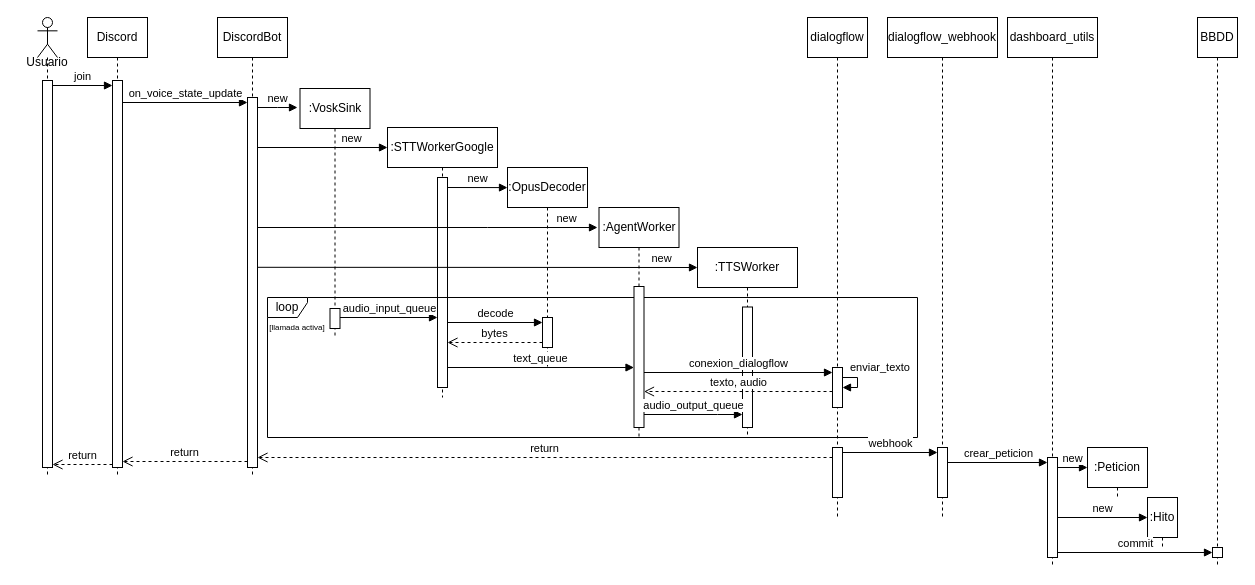
The draw.io diagram page "Secuencia Llamada" (6 of 15) of documents/img/diagramas/TFG.drawio in humaral/tfg, before the edit. Source tidied: cells renumbered, new cells numbered last; positions are measured from the earlier drawing's top-left corner, leaving out a move shared by most shapes. Both pictures are drawn from the tidied source at 100%, with x=0, y=0 at pixel (17, 17).
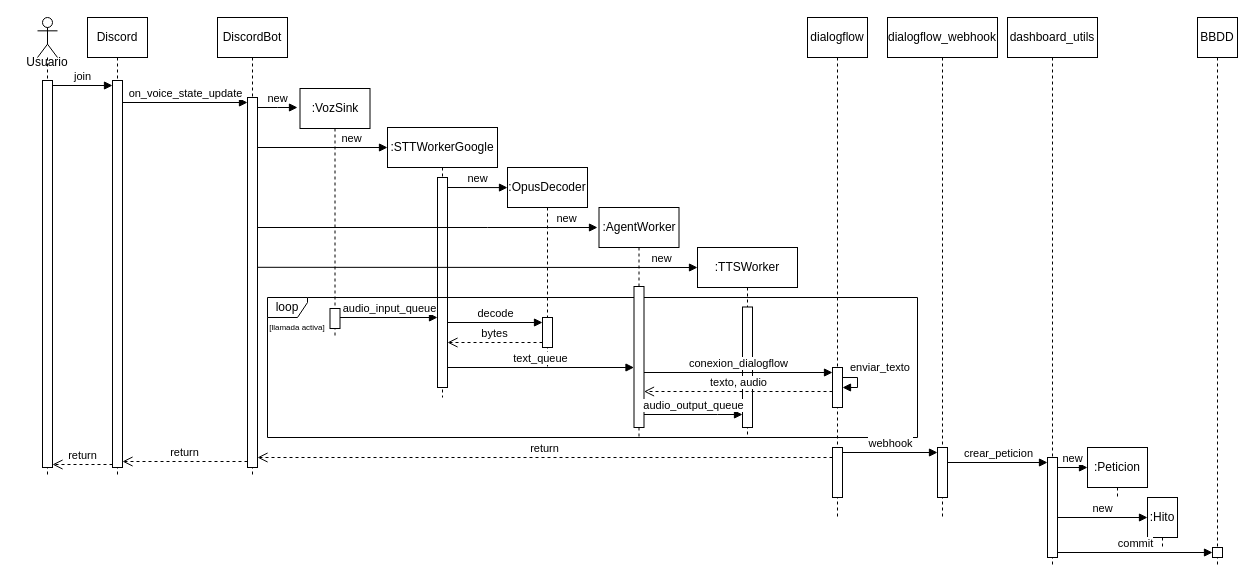
The same page after the edit.

What changed in the source:
```diff
@@
-    <mxCell id="23" value=":VoskSink" style="shape=umlLifeline;perimeter=lifelinePerimeter;whiteSpace=wrap;html=1;newEdgeStyle={&quot;curved&quot;:0,&quot;rounded&quot;:0};" parent="1" vertex="1">
+    <mxCell id="23" value=":VozSink" style="shape=umlLifeline;perimeter=lifelinePerimeter;whiteSpace=wrap;html=1;newEdgeStyle={&quot;curved&quot;:0,&quot;rounded&quot;:0};" parent="1" vertex="1">
       <mxGeometry x="282.5" y="71" width="70" height="249" as="geometry" />
     </mxCell>
```
